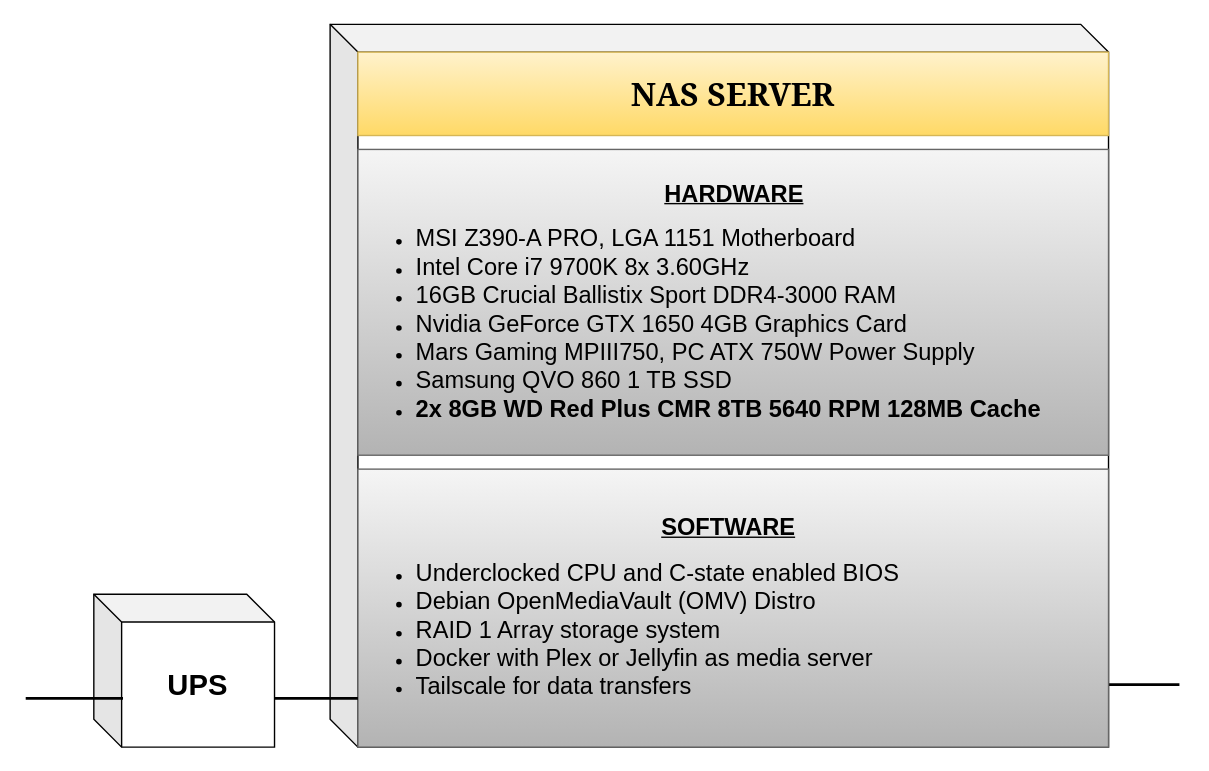
This is Untitled Diagram.drawio from azolash/diagram, a draw.io file, before an edit. Source tidied: cells renumbered, new cells numbered last; positions are measured from the earlier drawing's top-left corner, leaving out a move shared by most shapes. Both pictures are drawn from the tidied source at 139%, with x=0, y=0 at pixel (25, 24).
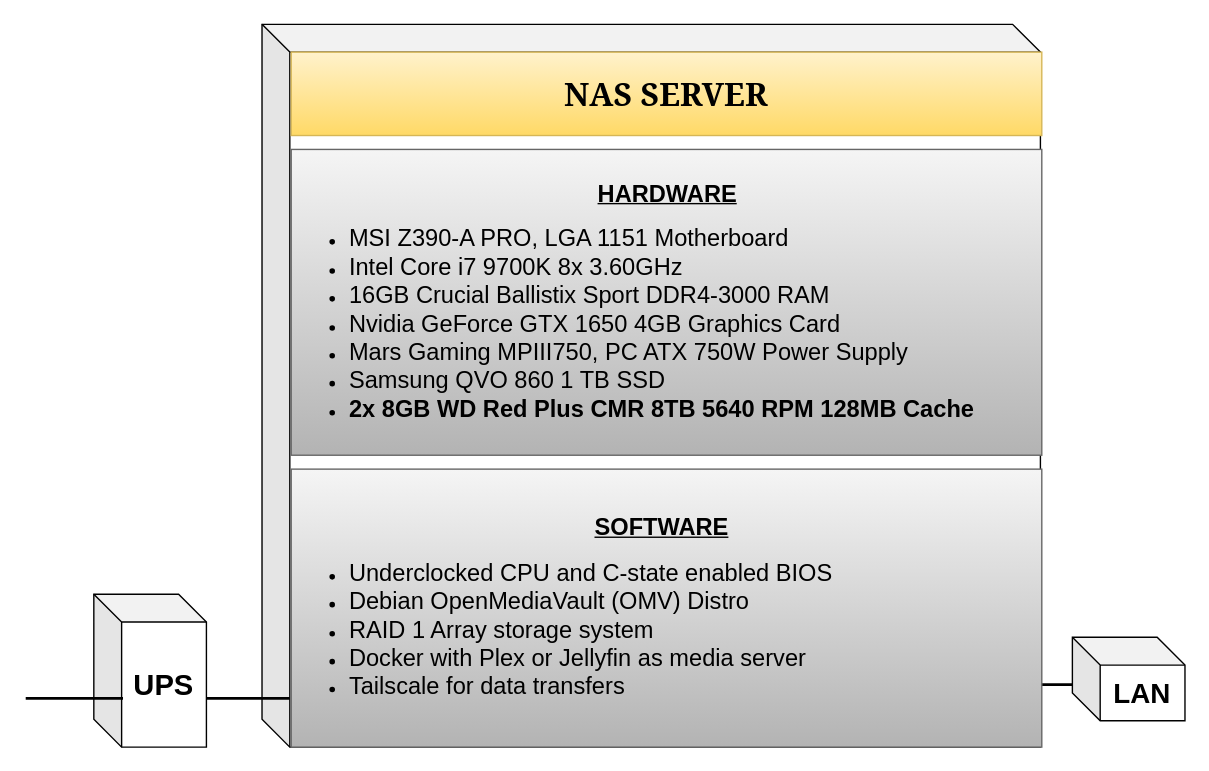
Above is the later version.

The edit, as a diff of the source:
```diff
@@
 <mxGraphModel>
   <root>
     <mxCell id="0" />
     <mxCell id="1" parent="0" />
     <mxCell id="2" style="shape=cube;whiteSpace=wrap;html=1;boundedLbl=1;backgroundOutline=1;darkOpacity=0.05;darkOpacity2=0.1;" parent="1" vertex="1">
-      <mxGeometry x="219" width="560" height="520" as="geometry" />
+      <mxGeometry x="170" width="560" height="520" as="geometry" />
     </mxCell>
     <mxCell id="3" value="&lt;b&gt;&lt;font style=&quot;font-size: 21px;&quot;&gt;UPS&lt;/font&gt;&lt;/b&gt;" style="shape=cube;whiteSpace=wrap;html=1;boundedLbl=1;backgroundOutline=1;darkOpacity=0.05;darkOpacity2=0.1;" parent="1" vertex="1">
-      <mxGeometry x="49" y="410" width="130" height="110" as="geometry" />
+      <mxGeometry x="49" y="410" width="81" height="110" as="geometry" />
     </mxCell>
     <mxCell id="4" style="line;strokeWidth=2;html=1;" parent="1" vertex="1">
       <mxGeometry x="600" y="470" width="230" height="10" as="geometry" />
     </mxCell>
     <mxCell id="5" value="&lt;font face=&quot;Georgia&quot; style=&quot;font-size: 23px;&quot;&gt;&lt;b&gt;NAS SERVER&lt;/b&gt;&lt;/font&gt;" style="html=1;whiteSpace=wrap;fillColor=#fff2cc;gradientColor=#ffd966;strokeColor=#d6b656;" parent="1" vertex="1">
-      <mxGeometry x="239" y="20" width="540" height="60" as="geometry" />
+      <mxGeometry x="191" y="20" width="540" height="60" as="geometry" />
     </mxCell>
     <mxCell id="6" value="&lt;blockquote&gt;&lt;blockquote&gt;&lt;blockquote&gt;&lt;blockquote&gt;&lt;blockquote&gt;&lt;div align=&quot;center&quot;&gt;&lt;font style=&quot;font-size: 17px;&quot;&gt;&lt;b&gt;&lt;font&gt;&amp;nbsp; &amp;nbsp;&amp;nbsp;&lt;u&gt;HARDWARE&lt;/u&gt;&lt;/font&gt;&lt;/b&gt;&lt;/font&gt;&lt;/div&gt;&lt;/blockquote&gt;&lt;/blockquote&gt;&lt;/blockquote&gt;&lt;/blockquote&gt;&lt;/blockquote&gt;&lt;div align=&quot;left&quot;&gt;&lt;ul&gt;&lt;li&gt;&lt;font style=&quot;font-size: 17px;&quot;&gt;MSI Z390-A PRO, LGA 1151 Motherboard&lt;/font&gt;&lt;/li&gt;&lt;li&gt;&lt;font style=&quot;font-size: 17px;&quot;&gt;Intel Core i7 9700K 8x 3.60GHz&lt;/font&gt;&lt;/li&gt;&lt;li&gt;&lt;font style=&quot;font-size: 17px;&quot;&gt;16GB Crucial Ballistix Sport DDR4-3000 RAM&lt;/font&gt;&lt;/li&gt;&lt;li&gt;&lt;font style=&quot;font-size: 17px;&quot;&gt;Nvidia GeForce GTX 1650 4GB Graphics Card&lt;/font&gt;&lt;/li&gt;&lt;li&gt;&lt;font style=&quot;font-size: 17px;&quot;&gt;Mars Gaming MPIII750, PC ATX 750W Power Supply&lt;/font&gt;&lt;/li&gt;&lt;li&gt;&lt;font style=&quot;font-size: 17px;&quot;&gt;Samsung QVO 860 1 TB SSD&lt;/font&gt;&lt;/li&gt;&lt;li&gt;&lt;font style=&quot;color: light-dark(rgb(0, 0, 0), rgb(204, 204, 0)); font-size: 17px;&quot;&gt;&lt;b&gt;2x 8GB WD Red Plus CMR 8TB 5640 RPM 128MB Cache&lt;/b&gt;&lt;/font&gt;&lt;/li&gt;&lt;/ul&gt;&lt;/div&gt;" style="html=1;whiteSpace=wrap;fillColor=#f5f5f5;strokeColor=#666666;gradientColor=#b3b3b3;align=left;" parent="1" vertex="1">
-      <mxGeometry x="239" y="90" width="540" height="220" as="geometry" />
+      <mxGeometry x="191" y="90" width="540" height="220" as="geometry" />
     </mxCell>
     <mxCell id="7" value="&lt;blockquote&gt;&lt;blockquote&gt;&lt;blockquote&gt;&lt;blockquote&gt;&lt;div align=&quot;center&quot;&gt;&lt;font face=&quot;Helvetica&quot; style=&quot;font-size: 17px;&quot;&gt;&lt;b&gt;&lt;font&gt;&amp;nbsp; &amp;nbsp; &amp;nbsp; &amp;nbsp; &amp;nbsp; &amp;nbsp; &lt;u&gt;SOFTWARE&lt;/u&gt;&lt;/font&gt;&lt;/b&gt;&lt;/font&gt;&lt;/div&gt;&lt;/blockquote&gt;&lt;/blockquote&gt;&lt;/blockquote&gt;&lt;/blockquote&gt;&lt;div align=&quot;left&quot;&gt;&lt;ul&gt;&lt;li&gt;&lt;font face=&quot;Helvetica&quot; style=&quot;font-size: 17px;&quot;&gt;Underclocked CPU and C-state enabled BIOS&lt;/font&gt;&lt;/li&gt;&lt;li&gt;&lt;font face=&quot;Helvetica&quot; style=&quot;font-size: 17px;&quot;&gt;Debian OpenMediaVault (OMV) Distro&lt;/font&gt;&lt;/li&gt;&lt;li&gt;&lt;font face=&quot;Helvetica&quot; style=&quot;font-size: 17px;&quot;&gt;RAID 1 Array storage system&lt;/font&gt;&lt;/li&gt;&lt;li&gt;&lt;font face=&quot;Helvetica&quot; style=&quot;font-size: 17px;&quot;&gt;Docker with Plex or Jellyfin as media server&lt;/font&gt;&lt;/li&gt;&lt;li&gt;&lt;font face=&quot;Helvetica&quot; style=&quot;font-size: 17px;&quot;&gt;Tailscale for data transfers&lt;/font&gt;&lt;/li&gt;&lt;/ul&gt;&lt;/div&gt;" style="html=1;whiteSpace=wrap;fillColor=#f5f5f5;strokeColor=#666666;gradientColor=#b3b3b3;align=left;" parent="1" vertex="1">
-      <mxGeometry x="239" y="320" width="540" height="200" as="geometry" />
+      <mxGeometry x="191" y="320" width="540" height="200" as="geometry" />
     </mxCell>
     <mxCell id="8" style="line;strokeWidth=2;html=1;" parent="1" vertex="1">
-      <mxGeometry x="179" y="480" width="60" height="10" as="geometry" />
+      <mxGeometry x="130" y="480" width="60" height="10" as="geometry" />
     </mxCell>
     <mxCell id="9" style="line;strokeWidth=2;html=1;" parent="1" vertex="1">
       <mxGeometry y="480" width="70" height="10" as="geometry" />
     </mxCell>
+    <mxCell id="10" value="&lt;b&gt;&lt;font style=&quot;font-size: 20px;&quot;&gt;LAN&lt;/font&gt;&lt;/b&gt;" style="shape=cube;whiteSpace=wrap;html=1;boundedLbl=1;backgroundOutline=1;darkOpacity=0.05;darkOpacity2=0.1;" parent="1" vertex="1">
+      <mxGeometry x="753" y="441" width="81" height="60" as="geometry" />
+    </mxCell>
   </root>
 </mxGraphModel>
```
